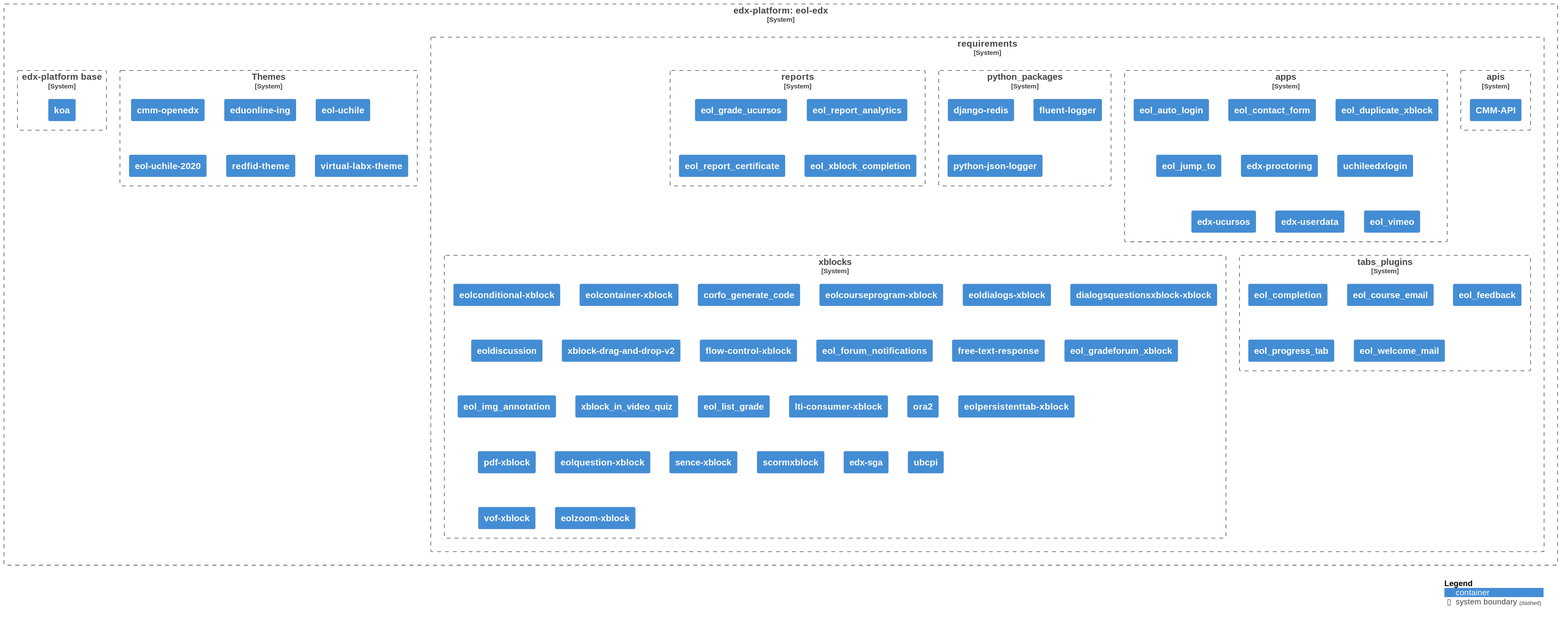
Earlier version of the PlantUML export diagrams/diagram.svg (eol-uchile/eol-edx). Its diagram source:
```plantuml
@startuml
!define C4Container https://raw.githubusercontent.com/plantuml-stdlib/C4-PlantUML/master/C4_Container.puml
!include C4Container

skinparam svgLinkTarget foo

System_Boundary(c1, "edx-platform: eol-edx", $link="https://github.com/eol-uchile/eol-edx") {
    System_Boundary(c2, "requirements", $link="https://github.com/eol-uchile/eol-edx/blob/master/requirements/") {

            System_Boundary(apis, "apis", $link="https://github.com/eol-uchile/eol-edx/blob/master/requirements/apis.txt") {

                Container(apis1, "CMM-API", $link="https://github.com/eol-uchile/CMM-API")

            }

            System_Boundary(apps, "apps", $link="https://github.com/eol-uchile/eol-edx/blob/master/requirements/apps.txt") {

                Container(apps1, "eol_auto_login", $link="https://github.com/eol-uchile/eol_auto_login")

                Container(apps2, "eol_contact_form", $link="https://github.com/eol-uchile/eol_contact_form")

                Container(apps3, "eol_duplicate_xblock", $link="https://github.com/eol-uchile/eol_duplicate_xblock")

                Container(apps4, "eol_jump_to", $link="https://github.com/eol-uchile/eol_jump_to")

                Container(apps5, "edx-proctoring", $link="https://github.com/eol-uchile/edx-proctoring")

                Container(apps6, "uchileedxlogin", $link="https://github.com/eol-uchile/uchileedxlogin")

                Container(apps7, "edx-ucursos", $link="https://github.com/eol-uchile/edx-ucursos")

                Container(apps8, "edx-userdata", $link="https://github.com/eol-uchile/edx-userdata")

                Container(apps9, "eol_vimeo", $link="https://github.com/eol-uchile/eol_vimeo")

            }

            System_Boundary(python_packages, "python_packages", $link="https://github.com/eol-uchile/eol-edx/blob/master/requirements/python_packages.txt") {

                Container(python_packages1, "django-redis")

                Container(python_packages2, "fluent-logger")

                Container(python_packages3, "python-json-logger")

            }

            System_Boundary(reports, "reports", $link="https://github.com/eol-uchile/eol-edx/blob/master/requirements/reports.txt") {

                Container(reports1, "eol_grade_ucursos", $link="https://github.com/eol-uchile/eol_grade_ucursos")

                Container(reports2, "eol_report_analytics", $link="https://github.com/eol-uchile/eol_report_analytics")

                Container(reports3, "eol_report_certificate", $link="https://github.com/eol-uchile/eol_report_certificate")

                Container(reports4, "eol_xblock_completion", $link="https://github.com/eol-uchile/eol_xblock_completion")

            }

            System_Boundary(tabs_plugins, "tabs_plugins", $link="https://github.com/eol-uchile/eol-edx/blob/master/requirements/tabs_plugins.txt") {

                Container(tabs_plugins1, "eol_completion", $link="https://github.com/eol-uchile/eol_completion")

                Container(tabs_plugins2, "eol_course_email", $link="https://github.com/eol-uchile/eol_course_email")

                Container(tabs_plugins3, "eol_feedback", $link="https://github.com/eol-uchile/eol_feedback")

                Container(tabs_plugins4, "eol_progress_tab", $link="https://github.com/eol-uchile/eol_progress_tab")

                Container(tabs_plugins5, "eol_welcome_mail", $link="https://github.com/eol-uchile/eol_welcome_mail")

            }

            System_Boundary(xblocks, "xblocks", $link="https://github.com/eol-uchile/eol-edx/blob/master/requirements/xblocks.txt") {

                Container(xblocks1, "eolconditional-xblock", $link="https://github.com/eol-uchile/eol-conditional-xblock.git")

                Container(xblocks2, "eolcontainer-xblock", $link="https://github.com/eol-uchile/eol-container-xblock.git")

                Container(xblocks3, "corfo_generate_code", $link="https://github.com/eol-uchile/corfo_generate_code")

                Container(xblocks4, "eolcourseprogram-xblock", $link="https://github.com/eol-uchile/eol-course-program-xblock")

                Container(xblocks5, "eoldialogs-xblock", $link="https://github.com/eol-uchile/eol-dialogs-xblock.git")

                Container(xblocks6, "dialogsquestionsxblock-xblock", $link="https://github.com/eol-uchile/eol-dialogs-question-xblock")

                Container(xblocks7, "eoldiscussion", $link="https://github.com/eol-uchile/eol_xblock_discussion")

                Container(xblocks8, "xblock-drag-and-drop-v2", $link="https://github.com/eol-uchile/xblock-drag-and-drop-v2")

                Container(xblocks9, "flow-control-xblock", $link="https://github.com/eol-uchile/flow-control-xblock")

                Container(xblocks10, "eol_forum_notifications", $link="https://github.com/eol-uchile/eol_forum_notifications")

                Container(xblocks11, "free-text-response", $link="https://github.com/eol-uchile/free-text-response")

                Container(xblocks12, "eol_gradeforum_xblock", $link="https://github.com/eol-uchile/eol_gradeforum_xblock")

                Container(xblocks13, "eol_img_annotation", $link="https://github.com/eol-uchile/eol_img_annotation")

                Container(xblocks14, "xblock_in_video_quiz", $link="https://github.com/eol-uchile/xblock-in-video-quiz")

                Container(xblocks15, "eol_list_grade", $link="https://github.com/eol-uchile/eol_list_grade")

                Container(xblocks16, "lti-consumer-xblock", $link="https://github.com/eol-uchile/xblock-lti-consumer")

                Container(xblocks17, "ora2", $link="https://github.com/eol-uchile/edx-ora2.git")

                Container(xblocks18, "eolpersistenttab-xblock", $link="https://github.com/eol-uchile/eol-persistent-tab-xblock")

                Container(xblocks19, "pdf-xblock", $link="https://github.com/eol-uchile/pdfXBlock")

                Container(xblocks20, "eolquestion-xblock", $link="https://github.com/eol-uchile/eol-question-xblock.git")

                Container(xblocks21, "sence-xblock", $link="https://github.com/eol-uchile/sence-xblock")

                Container(xblocks22, "scormxblock", $link="https://github.com/eol-uchile/edx_xblock_scorm")

                Container(xblocks23, "edx-sga", $link="https://github.com/eol-uchile/edx-sga")

                Container(xblocks24, "ubcpi", $link="https://github.com/eol-uchile/ubcpi")

                Container(xblocks25, "vof-xblock", $link="https://github.com/eol-uchile/eol-vof-xblock.git")

                Container(xblocks26, "eolzoom-xblock", $link="https://github.com/eol-uchile/eol-zoom-xblock")

            }

    }

    System_Boundary(theme, "Themes", $link="https://github.com/eol-uchile/eol-edx/blob/master/themes/") {

            Container(theme1, "cmm-openedx", $link="https://github.com/eol-uchile/cmm-openedx")

            Container(theme2, "eduonline-ing", $link="https://github.com/eol-uchile/eol_eduonline_ing_theme")

            Container(theme3, "eol-uchile", $link="https://github.com/eol-uchile/eol-uchile-theme")

            Container(theme4, "eol-uchile-2020", $link="https://github.com/eol-uchile/eol-uchile-theme-2020")

            Container(theme5, "redfid-theme", $link="https://github.com/eol-uchile/redfid-theme")

            Container(theme6, "virtual-labx-theme", $link="https://github.com/eol-uchile/virtual-labx-theme.git")

    }

    System_Boundary(dockerfile, "edx-platform base", $link="https://github.com/eol-uchile/eol-edx/blob/master/Dockerfile") {
            Container(dk, "koa", $link="https://ghcr.io/eol-uchile/edx-platform:koa")
    }
}

SHOW_LEGEND()
@enduml
```
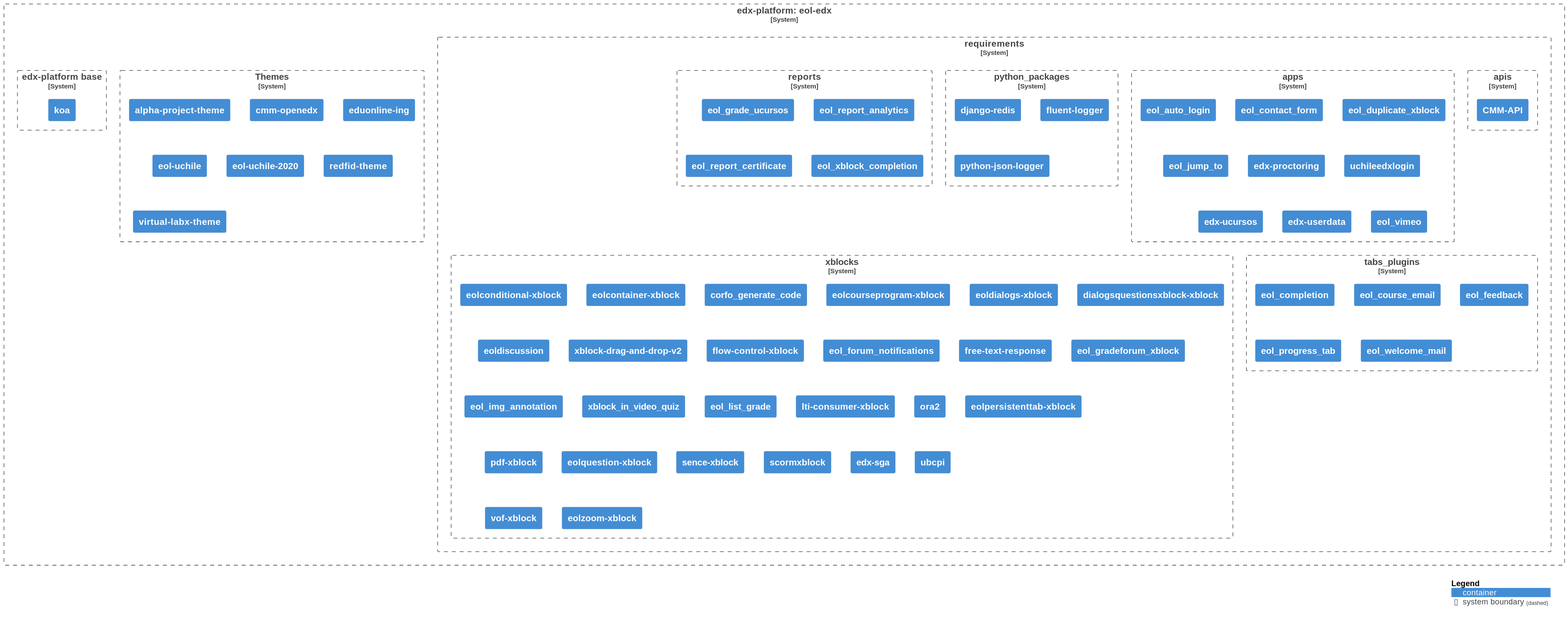
Later version of the same file.

Commit message:
Auto-generate UML diagram

Change to the diagram source:
```diff
@@ -131,17 +131,19 @@
 
     System_Boundary(theme, "Themes", $link="https://github.com/eol-uchile/eol-edx/blob/master/themes/") {
 
-            Container(theme1, "cmm-openedx", $link="https://github.com/eol-uchile/cmm-openedx")
+            Container(theme1, "alpha-project-theme", $link="https://github.com/eol-uchile/alpha-project-theme")
 
-            Container(theme2, "eduonline-ing", $link="https://github.com/eol-uchile/eol_eduonline_ing_theme")
+            Container(theme2, "cmm-openedx", $link="https://github.com/eol-uchile/cmm-openedx")
 
-            Container(theme3, "eol-uchile", $link="https://github.com/eol-uchile/eol-uchile-theme")
+            Container(theme3, "eduonline-ing", $link="https://github.com/eol-uchile/eol_eduonline_ing_theme")
 
-            Container(theme4, "eol-uchile-2020", $link="https://github.com/eol-uchile/eol-uchile-theme-2020")
+            Container(theme4, "eol-uchile", $link="https://github.com/eol-uchile/eol-uchile-theme")
 
-            Container(theme5, "redfid-theme", $link="https://github.com/eol-uchile/redfid-theme")
+            Container(theme5, "eol-uchile-2020", $link="https://github.com/eol-uchile/eol-uchile-theme-2020")
 
-            Container(theme6, "virtual-labx-theme", $link="https://github.com/eol-uchile/virtual-labx-theme.git")
+            Container(theme6, "redfid-theme", $link="https://github.com/eol-uchile/redfid-theme")
+
+            Container(theme7, "virtual-labx-theme", $link="https://github.com/eol-uchile/virtual-labx-theme.git")
 
     }
 
```
